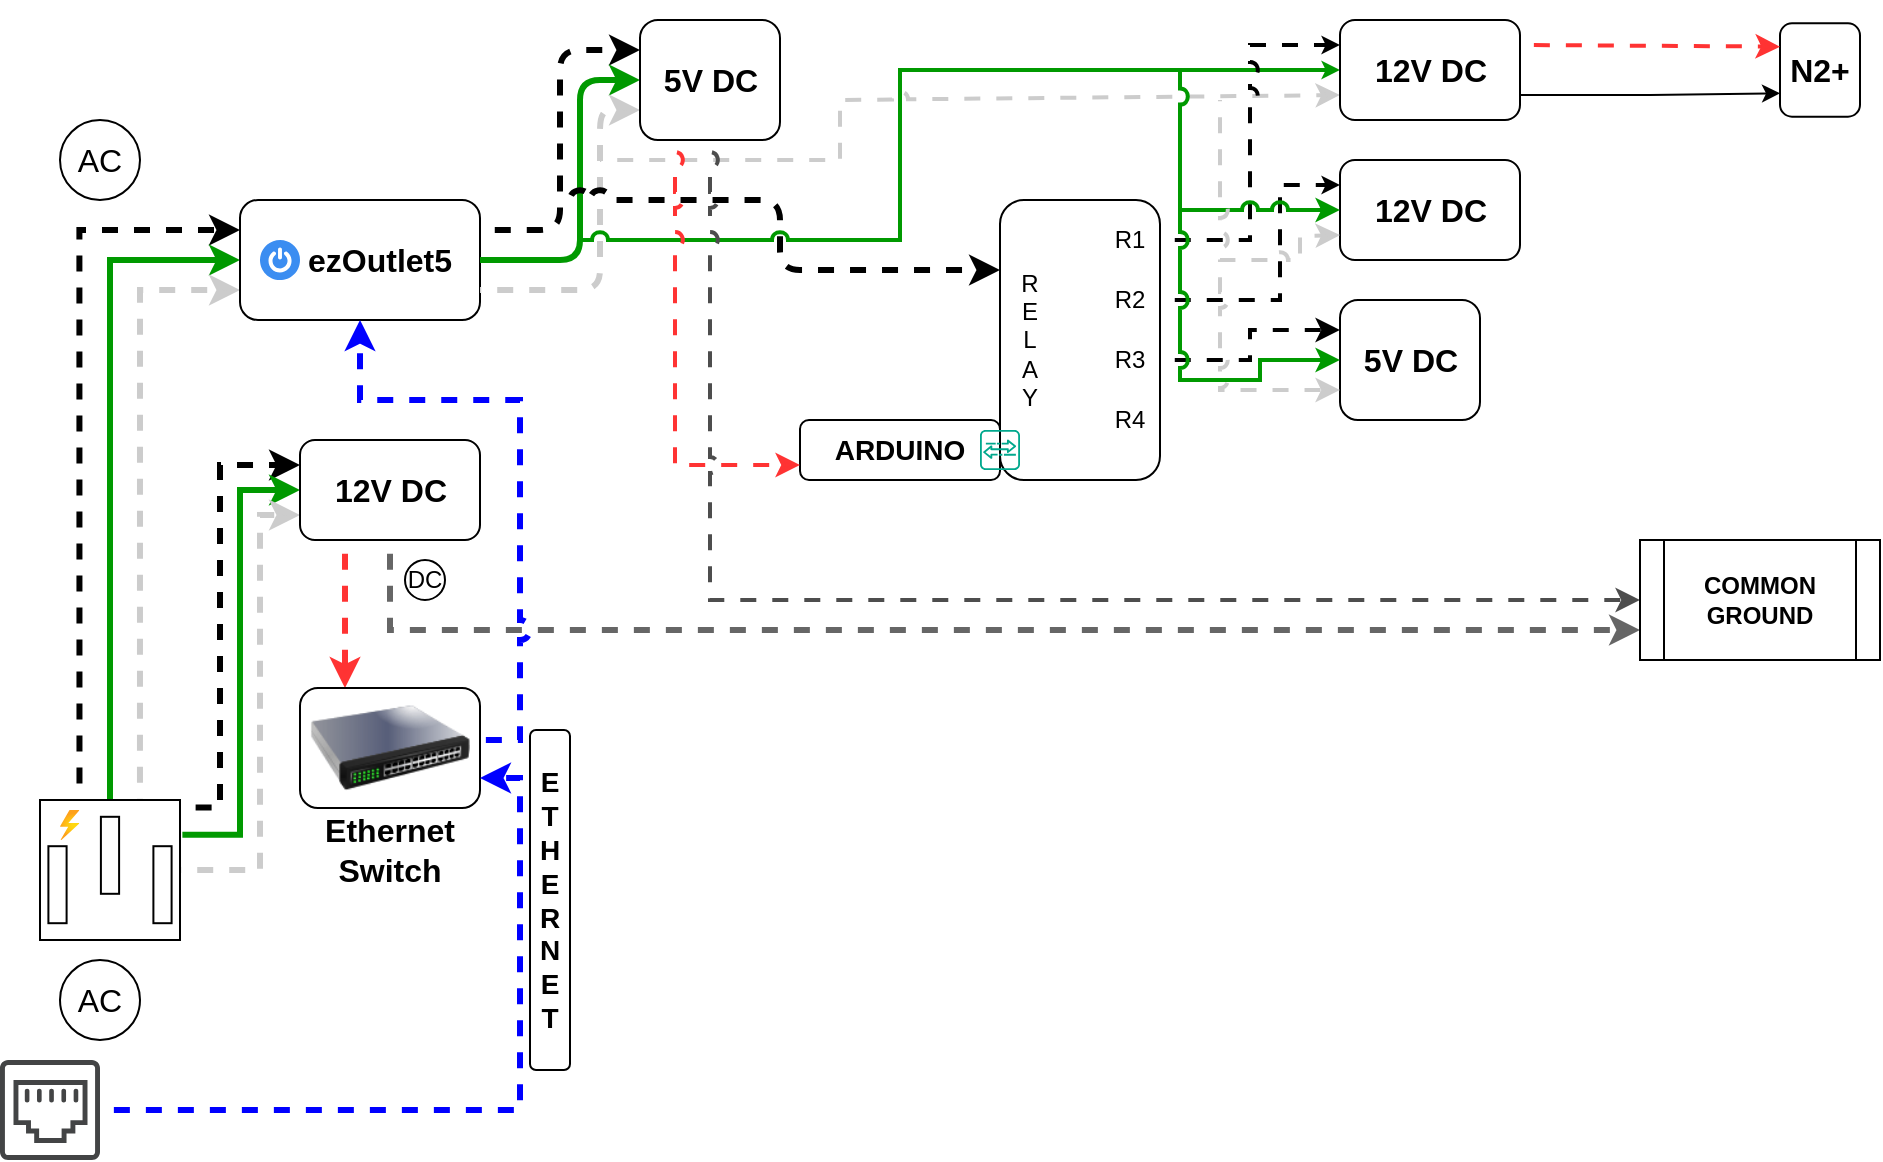
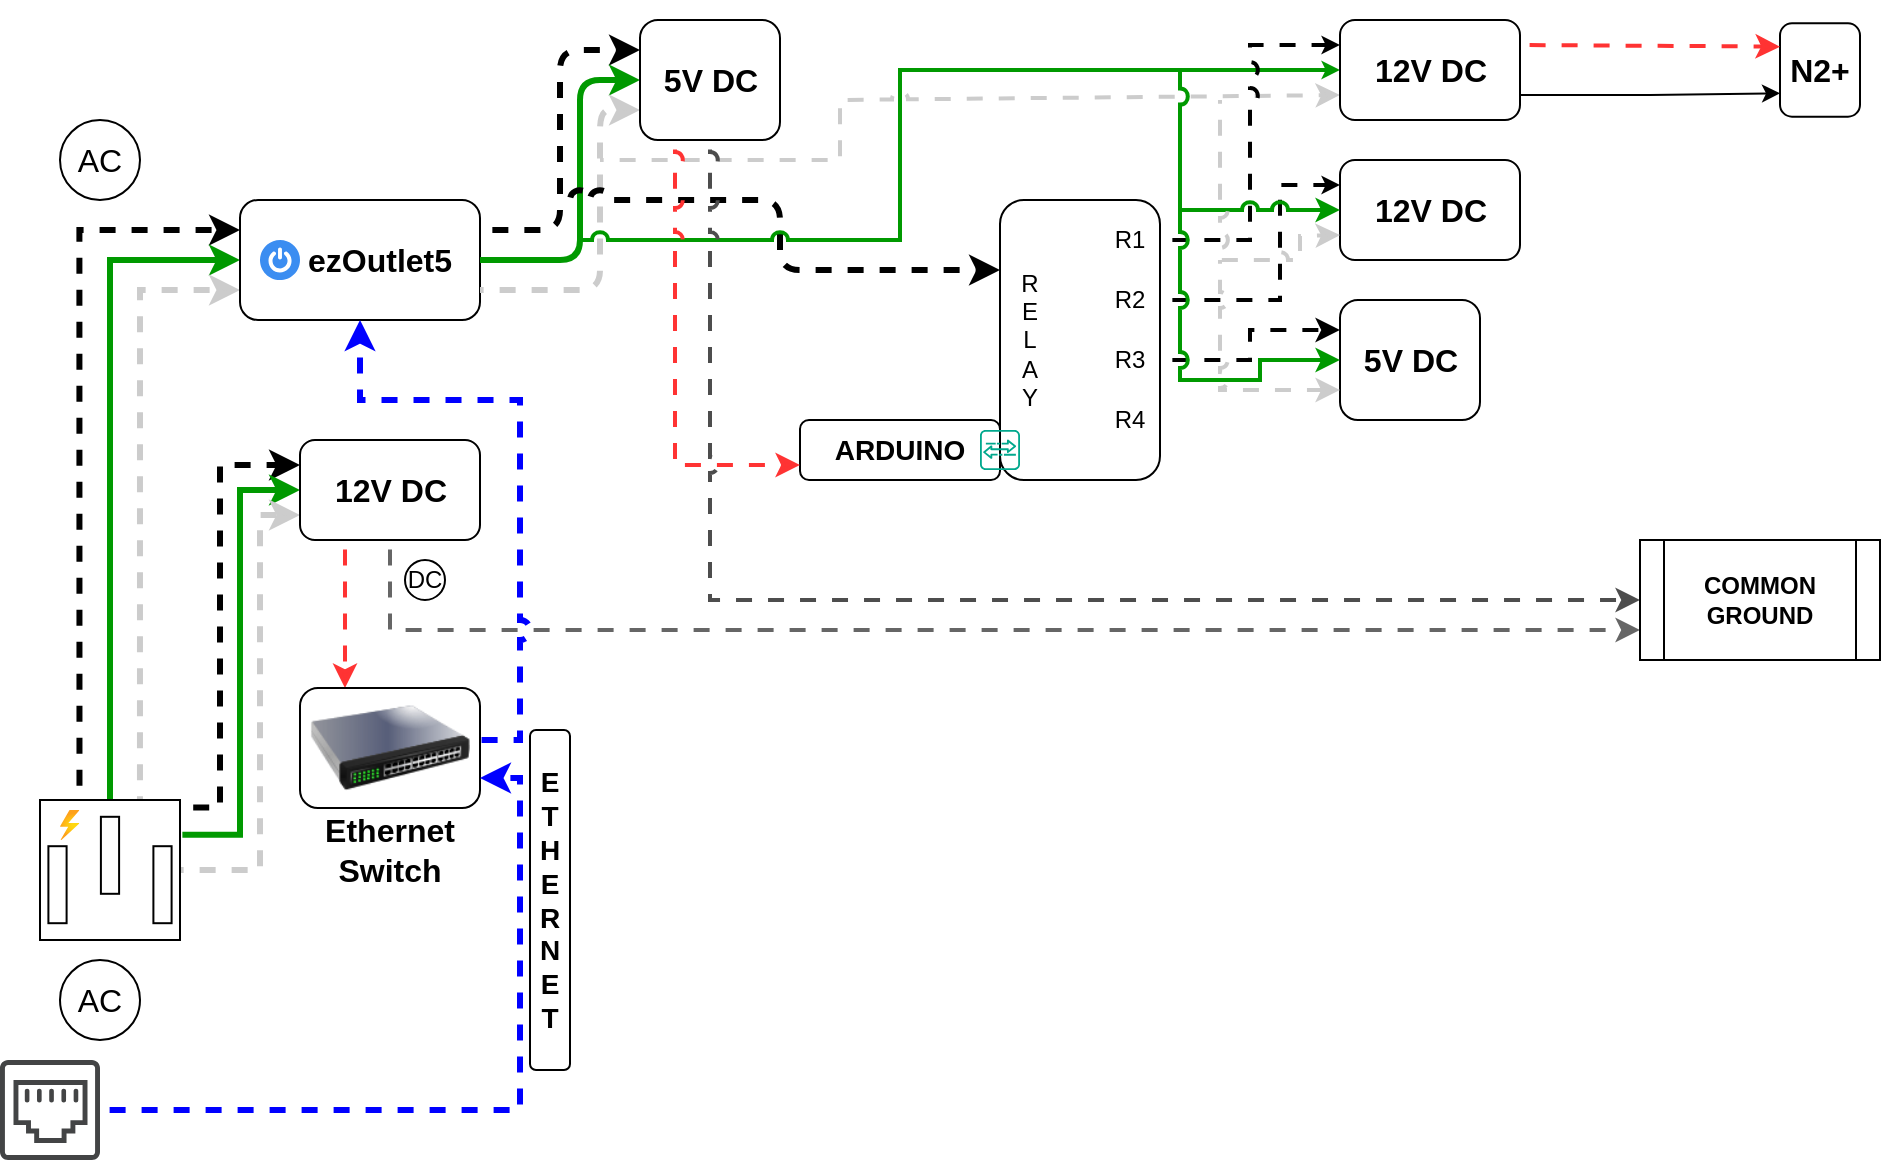
<mxfile host="app.diagrams.net" agent="Mozilla/5.0 (Windows NT 10.0; Win64; x64) AppleWebKit/537.36 (KHTML, like Gecko) Chrome/131.0.0.0 Safari/537.36 Edg/131.0.0.0" version="25.0.3">
  <diagram name="Page-1" id="VlRkN-xOVygPYa-iD9Ir">
    <mxGraphModel dx="724" dy="454" grid="1" gridSize="10" guides="1" tooltips="1" connect="1" arrows="1" fold="1" page="1" pageScale="1" pageWidth="1600" pageHeight="900" background="none" math="0" shadow="0">
      <root>
        <mxCell id="0" />
        <mxCell id="1" parent="0" />
        <mxCell id="JVLtuT8sySUBbFbLTn6r-3" style="edgeStyle=orthogonalEdgeStyle;rounded=0;orthogonalLoop=1;jettySize=auto;html=1;entryX=0;entryY=0.25;entryDx=0;entryDy=0;exitX=0.282;exitY=-0.013;exitDx=0;exitDy=0;exitPerimeter=0;strokeWidth=3;flowAnimation=1;flowAnimationDirection=alternate;flowAnimationTimingFunction=ease-in-out;flowAnimationDuration=1500;jumpStyle=arc;" parent="1" source="pD8juBFKP1GN8B8eYQTb-1" target="pD8juBFKP1GN8B8eYQTb-3" edge="1">
          <mxGeometry relative="1" as="geometry" />
        </mxCell>
        <mxCell id="JVLtuT8sySUBbFbLTn6r-4" style="edgeStyle=orthogonalEdgeStyle;rounded=0;orthogonalLoop=1;jettySize=auto;html=1;exitX=0.5;exitY=0;exitDx=0;exitDy=0;exitPerimeter=0;entryX=0;entryY=0.5;entryDx=0;entryDy=0;strokeColor=#009900;strokeWidth=3;jumpStyle=arc;" parent="1" source="pD8juBFKP1GN8B8eYQTb-1" target="pD8juBFKP1GN8B8eYQTb-3" edge="1">
          <mxGeometry relative="1" as="geometry" />
        </mxCell>
        <mxCell id="JVLtuT8sySUBbFbLTn6r-5" style="edgeStyle=orthogonalEdgeStyle;rounded=0;orthogonalLoop=1;jettySize=auto;html=1;entryX=0;entryY=0.75;entryDx=0;entryDy=0;exitX=0.714;exitY=0;exitDx=0;exitDy=0;exitPerimeter=0;strokeWidth=3;strokeColor=#CCCCCC;flowAnimation=1;flowAnimationDirection=alternate-reverse;flowAnimationTimingFunction=ease-in-out;flowAnimationDuration=1500;jumpStyle=arc;" parent="1" source="pD8juBFKP1GN8B8eYQTb-1" target="pD8juBFKP1GN8B8eYQTb-3" edge="1">
          <mxGeometry relative="1" as="geometry">
            <mxPoint x="120" y="320" as="targetPoint" />
          </mxGeometry>
        </mxCell>
        <mxCell id="JVLtuT8sySUBbFbLTn6r-6" style="edgeStyle=orthogonalEdgeStyle;rounded=0;orthogonalLoop=1;jettySize=auto;html=1;entryX=0;entryY=0.25;entryDx=0;entryDy=0;exitX=1.006;exitY=0.054;exitDx=0;exitDy=0;exitPerimeter=0;strokeWidth=3;flowAnimation=1;flowAnimationDirection=alternate;flowAnimationTimingFunction=ease-in-out;flowAnimationDuration=1500;jumpStyle=arc;" parent="1" source="pD8juBFKP1GN8B8eYQTb-1" target="pD8juBFKP1GN8B8eYQTb-24" edge="1">
          <mxGeometry relative="1" as="geometry">
            <Array as="points">
              <mxPoint x="120" y="404" />
              <mxPoint x="120" y="233" />
            </Array>
          </mxGeometry>
        </mxCell>
        <mxCell id="JVLtuT8sySUBbFbLTn6r-7" style="edgeStyle=orthogonalEdgeStyle;rounded=0;orthogonalLoop=1;jettySize=auto;html=1;entryX=0;entryY=0.5;entryDx=0;entryDy=0;exitX=1.017;exitY=0.249;exitDx=0;exitDy=0;exitPerimeter=0;strokeWidth=3;strokeColor=#009900;jumpStyle=arc;" parent="1" source="pD8juBFKP1GN8B8eYQTb-1" target="pD8juBFKP1GN8B8eYQTb-24" edge="1">
          <mxGeometry relative="1" as="geometry" />
        </mxCell>
        <mxCell id="JVLtuT8sySUBbFbLTn6r-8" style="edgeStyle=orthogonalEdgeStyle;rounded=0;orthogonalLoop=1;jettySize=auto;html=1;entryX=0;entryY=0.75;entryDx=0;entryDy=0;strokeColor=#CCCCCC;strokeWidth=3;flowAnimation=1;flowAnimationDirection=alternate-reverse;flowAnimationTimingFunction=ease-in-out;flowAnimationDuration=1500;jumpStyle=arc;" parent="1" source="pD8juBFKP1GN8B8eYQTb-1" target="pD8juBFKP1GN8B8eYQTb-24" edge="1">
          <mxGeometry relative="1" as="geometry">
            <Array as="points">
              <mxPoint x="140" y="435" />
              <mxPoint x="140" y="258" />
            </Array>
          </mxGeometry>
        </mxCell>
        <mxCell id="JVLtuT8sySUBbFbLTn6r-1" value="" style="group" parent="1" vertex="1" connectable="0">
          <mxGeometry x="30" y="480" width="60" height="40" as="geometry" />
        </mxCell>
        <mxCell id="pD8juBFKP1GN8B8eYQTb-22" value="AC" style="text;html=1;align=center;verticalAlign=middle;whiteSpace=wrap;rounded=0;fontSize=16;" parent="JVLtuT8sySUBbFbLTn6r-1" vertex="1">
          <mxGeometry y="5" width="60" height="30" as="geometry" />
        </mxCell>
        <mxCell id="pD8juBFKP1GN8B8eYQTb-23" value="" style="ellipse;whiteSpace=wrap;html=1;fillColor=none;" parent="JVLtuT8sySUBbFbLTn6r-1" vertex="1">
          <mxGeometry x="10" width="40" height="40" as="geometry" />
        </mxCell>
        <mxCell id="JVLtuT8sySUBbFbLTn6r-2" value="" style="group" parent="1" vertex="1" connectable="0">
          <mxGeometry x="30" y="60" width="60" height="40" as="geometry" />
        </mxCell>
        <mxCell id="pD8juBFKP1GN8B8eYQTb-9" value="" style="ellipse;whiteSpace=wrap;html=1;fillColor=none;" parent="JVLtuT8sySUBbFbLTn6r-2" vertex="1">
          <mxGeometry x="10" width="40" height="40" as="geometry" />
        </mxCell>
        <mxCell id="pD8juBFKP1GN8B8eYQTb-11" value="AC" style="text;html=1;align=center;verticalAlign=middle;whiteSpace=wrap;rounded=0;fontSize=16;" parent="JVLtuT8sySUBbFbLTn6r-2" vertex="1">
          <mxGeometry y="5" width="60" height="30" as="geometry" />
        </mxCell>
        <mxCell id="JVLtuT8sySUBbFbLTn6r-9" value="" style="group" parent="1" vertex="1" connectable="0">
          <mxGeometry x="130" y="100" width="120" height="60" as="geometry" />
        </mxCell>
        <mxCell id="JVLtuT8sySUBbFbLTn6r-16" value="" style="group" parent="JVLtuT8sySUBbFbLTn6r-9" vertex="1" connectable="0">
          <mxGeometry width="120" height="60" as="geometry" />
        </mxCell>
        <mxCell id="pD8juBFKP1GN8B8eYQTb-3" value="" style="rounded=1;whiteSpace=wrap;html=1;" parent="JVLtuT8sySUBbFbLTn6r-16" vertex="1">
          <mxGeometry width="120" height="60" as="geometry" />
        </mxCell>
        <mxCell id="JVLtuT8sySUBbFbLTn6r-13" value="" style="sketch=0;html=1;aspect=fixed;strokeColor=none;shadow=0;fillColor=#3B8DF1;verticalAlign=top;labelPosition=center;verticalLabelPosition=bottom;shape=mxgraph.gcp2.a7_power" parent="JVLtuT8sySUBbFbLTn6r-16" vertex="1">
          <mxGeometry x="10" y="20" width="20" height="20" as="geometry" />
        </mxCell>
        <mxCell id="pD8juBFKP1GN8B8eYQTb-15" value="&lt;b&gt;ezOutlet5&lt;/b&gt;" style="text;html=1;align=center;verticalAlign=middle;whiteSpace=wrap;rounded=0;fontSize=16;" parent="JVLtuT8sySUBbFbLTn6r-16" vertex="1">
          <mxGeometry x="40" y="10" width="60" height="40" as="geometry" />
        </mxCell>
        <mxCell id="JVLtuT8sySUBbFbLTn6r-11" value="" style="group" parent="1" vertex="1" connectable="0">
          <mxGeometry x="160" y="220" width="90" height="50" as="geometry" />
        </mxCell>
        <mxCell id="JVLtuT8sySUBbFbLTn6r-72" value="" style="group" parent="JVLtuT8sySUBbFbLTn6r-11" vertex="1" connectable="0">
          <mxGeometry width="90" height="50" as="geometry" />
        </mxCell>
        <mxCell id="pD8juBFKP1GN8B8eYQTb-24" value="" style="rounded=1;whiteSpace=wrap;html=1;" parent="JVLtuT8sySUBbFbLTn6r-72" vertex="1">
          <mxGeometry width="90" height="50" as="geometry" />
        </mxCell>
        <mxCell id="JVLtuT8sySUBbFbLTn6r-10" value="&lt;font style=&quot;font-size: 16px;&quot;&gt;&lt;b&gt;12V DC&lt;/b&gt;&lt;/font&gt;" style="text;html=1;align=center;verticalAlign=middle;whiteSpace=wrap;rounded=0;" parent="JVLtuT8sySUBbFbLTn6r-72" vertex="1">
          <mxGeometry x="15.75" y="10" width="58.5" height="30" as="geometry" />
        </mxCell>
        <mxCell id="JVLtuT8sySUBbFbLTn6r-18" value="" style="group" parent="1" vertex="1" connectable="0">
          <mxGeometry x="30" y="400" width="70" height="70" as="geometry" />
        </mxCell>
        <mxCell id="pD8juBFKP1GN8B8eYQTb-1" value="" style="pointerEvents=1;verticalLabelPosition=bottom;shadow=0;dashed=0;align=center;html=1;verticalAlign=top;shape=mxgraph.electrical.miscellaneous.ac_out" parent="JVLtuT8sySUBbFbLTn6r-18" vertex="1">
          <mxGeometry width="70" height="70" as="geometry" />
        </mxCell>
        <mxCell id="JVLtuT8sySUBbFbLTn6r-12" value="" style="image;aspect=fixed;html=1;points=[];align=center;fontSize=12;image=img/lib/azure2/general/Power.svg;" parent="JVLtuT8sySUBbFbLTn6r-18" vertex="1">
          <mxGeometry x="10" y="5" width="9.72" height="15" as="geometry" />
        </mxCell>
-         <mxCell id="JVLtuT8sySUBbFbLTn6r-23" style="edgeStyle=orthogonalEdgeStyle;rounded=0;orthogonalLoop=1;jettySize=auto;html=1;entryX=0.25;entryY=0;entryDx=0;entryDy=0;exitX=0.25;exitY=1;exitDx=0;exitDy=0;strokeColor=#FF3333;strokeWidth=3;flowAnimation=1;jumpStyle=arc;" parent="1" source="pD8juBFKP1GN8B8eYQTb-24" target="JVLtuT8sySUBbFbLTn6r-19" edge="1">
+         <mxCell id="JVLtuT8sySUBbFbLTn6r-23" style="edgeStyle=orthogonalEdgeStyle;rounded=0;orthogonalLoop=1;jettySize=auto;html=1;entryX=0.25;entryY=0;entryDx=0;entryDy=0;exitX=0.25;exitY=1;exitDx=0;exitDy=0;strokeColor=#FF3333;strokeWidth=2;flowAnimation=1;jumpStyle=arc;" parent="1" source="pD8juBFKP1GN8B8eYQTb-24" target="JVLtuT8sySUBbFbLTn6r-19" edge="1">
          <mxGeometry relative="1" as="geometry" />
        </mxCell>
        <mxCell id="JVLtuT8sySUBbFbLTn6r-28" value="" style="group" parent="1" vertex="1" connectable="0">
          <mxGeometry x="210" y="280" width="25" height="20" as="geometry" />
        </mxCell>
        <mxCell id="JVLtuT8sySUBbFbLTn6r-26" value="" style="ellipse;whiteSpace=wrap;html=1;aspect=fixed;" parent="JVLtuT8sySUBbFbLTn6r-28" vertex="1">
          <mxGeometry x="2.5" width="20" height="20" as="geometry" />
        </mxCell>
        <mxCell id="JVLtuT8sySUBbFbLTn6r-27" value="&lt;font&gt;DC&lt;/font&gt;" style="text;html=1;align=center;verticalAlign=middle;whiteSpace=wrap;rounded=0;" parent="JVLtuT8sySUBbFbLTn6r-28" vertex="1">
          <mxGeometry y="2.5" width="25" height="15" as="geometry" />
        </mxCell>
-         <mxCell id="JVLtuT8sySUBbFbLTn6r-29" style="edgeStyle=orthogonalEdgeStyle;rounded=0;orthogonalLoop=1;jettySize=auto;html=1;exitX=0.5;exitY=1;exitDx=0;exitDy=0;strokeWidth=3;flowAnimation=1;strokeColor=#666666;jumpStyle=arc;entryX=0;entryY=0.75;entryDx=0;entryDy=0;" parent="1" source="pD8juBFKP1GN8B8eYQTb-24" target="0aRQkGjj-KWWZOeJOGup-9" edge="1">
+         <mxCell id="JVLtuT8sySUBbFbLTn6r-29" style="edgeStyle=orthogonalEdgeStyle;rounded=0;orthogonalLoop=1;jettySize=auto;html=1;exitX=0.5;exitY=1;exitDx=0;exitDy=0;strokeWidth=2;flowAnimation=1;strokeColor=#666666;jumpStyle=arc;entryX=0;entryY=0.75;entryDx=0;entryDy=0;" parent="1" source="pD8juBFKP1GN8B8eYQTb-24" target="0aRQkGjj-KWWZOeJOGup-9" edge="1">
          <mxGeometry relative="1" as="geometry">
            <mxPoint x="810" y="370" as="targetPoint" />
          </mxGeometry>
        </mxCell>
        <mxCell id="JVLtuT8sySUBbFbLTn6r-30" style="edgeStyle=orthogonalEdgeStyle;rounded=0;orthogonalLoop=1;jettySize=auto;html=1;exitX=1;exitY=0.5;exitDx=0;exitDy=0;entryX=0.5;entryY=1;entryDx=0;entryDy=0;strokeColor=#0000FF;strokeWidth=3;flowAnimation=1;jumpStyle=arc;" parent="1" source="JVLtuT8sySUBbFbLTn6r-19" target="pD8juBFKP1GN8B8eYQTb-3" edge="1">
          <mxGeometry relative="1" as="geometry">
            <Array as="points">
              <mxPoint x="270" y="370" />
              <mxPoint x="270" y="200" />
              <mxPoint x="190" y="200" />
            </Array>
          </mxGeometry>
        </mxCell>
        <mxCell id="JVLtuT8sySUBbFbLTn6r-33" value="" style="rounded=1;whiteSpace=wrap;html=1;" parent="1" vertex="1">
          <mxGeometry x="510" y="100" width="80" height="140" as="geometry" />
        </mxCell>
        <mxCell id="JVLtuT8sySUBbFbLTn6r-35" style="edgeStyle=orthogonalEdgeStyle;rounded=1;orthogonalLoop=1;jettySize=auto;html=1;exitX=1;exitY=0.25;exitDx=0;exitDy=0;entryX=0;entryY=0.25;entryDx=0;entryDy=0;curved=0;strokeWidth=3;flowAnimation=1;flowAnimationDirection=alternate;flowAnimationTimingFunction=ease-in-out;flowAnimationDuration=1500;jumpStyle=arc;" parent="1" source="pD8juBFKP1GN8B8eYQTb-3" target="JVLtuT8sySUBbFbLTn6r-34" edge="1">
          <mxGeometry relative="1" as="geometry" />
        </mxCell>
        <mxCell id="JVLtuT8sySUBbFbLTn6r-36" style="edgeStyle=orthogonalEdgeStyle;rounded=1;orthogonalLoop=1;jettySize=auto;html=1;exitX=1;exitY=0.5;exitDx=0;exitDy=0;entryX=0;entryY=0.5;entryDx=0;entryDy=0;curved=0;strokeWidth=3;strokeColor=#009900;jumpStyle=arc;" parent="1" source="pD8juBFKP1GN8B8eYQTb-3" target="JVLtuT8sySUBbFbLTn6r-34" edge="1">
          <mxGeometry relative="1" as="geometry">
            <Array as="points">
              <mxPoint x="300" y="130" />
              <mxPoint x="300" y="40" />
            </Array>
          </mxGeometry>
        </mxCell>
        <mxCell id="JVLtuT8sySUBbFbLTn6r-37" style="edgeStyle=orthogonalEdgeStyle;rounded=1;orthogonalLoop=1;jettySize=auto;html=1;exitX=1;exitY=0.75;exitDx=0;exitDy=0;entryX=0;entryY=0.75;entryDx=0;entryDy=0;curved=0;strokeColor=#CCCCCC;strokeWidth=3;flowAnimation=1;flowAnimationDirection=alternate-reverse;flowAnimationTimingFunction=ease-in-out;flowAnimationDuration=1500;jumpStyle=arc;" parent="1" source="pD8juBFKP1GN8B8eYQTb-3" target="JVLtuT8sySUBbFbLTn6r-34" edge="1">
          <mxGeometry relative="1" as="geometry">
            <Array as="points">
              <mxPoint x="310" y="145" />
              <mxPoint x="310" y="55" />
            </Array>
          </mxGeometry>
        </mxCell>
        <mxCell id="JVLtuT8sySUBbFbLTn6r-40" value="" style="endArrow=classic;html=1;rounded=1;curved=0;entryX=0;entryY=0.25;entryDx=0;entryDy=0;jumpStyle=arc;strokeWidth=3;flowAnimation=1;flowAnimationDirection=alternate;flowAnimationTimingFunction=ease-in-out;flowAnimationDuration=1500;" parent="1" target="JVLtuT8sySUBbFbLTn6r-33" edge="1">
          <mxGeometry width="50" height="50" relative="1" as="geometry">
            <mxPoint x="290" y="100" as="sourcePoint" />
            <mxPoint x="410" y="170" as="targetPoint" />
            <Array as="points">
              <mxPoint x="400" y="100" />
              <mxPoint x="400" y="135" />
            </Array>
          </mxGeometry>
        </mxCell>
        <mxCell id="JVLtuT8sySUBbFbLTn6r-51" value="" style="group" parent="1" vertex="1" connectable="0">
          <mxGeometry x="160" y="344" width="90" height="96" as="geometry" />
        </mxCell>
        <mxCell id="JVLtuT8sySUBbFbLTn6r-21" value="" style="group" parent="JVLtuT8sySUBbFbLTn6r-51" vertex="1" connectable="0">
          <mxGeometry width="90" height="70" as="geometry" />
        </mxCell>
        <mxCell id="JVLtuT8sySUBbFbLTn6r-50" value="" style="group" parent="JVLtuT8sySUBbFbLTn6r-21" vertex="1" connectable="0">
          <mxGeometry width="90" height="70" as="geometry" />
        </mxCell>
        <mxCell id="JVLtuT8sySUBbFbLTn6r-19" value="" style="rounded=1;whiteSpace=wrap;html=1;" parent="JVLtuT8sySUBbFbLTn6r-50" vertex="1">
          <mxGeometry width="90" height="60" as="geometry" />
        </mxCell>
        <mxCell id="JVLtuT8sySUBbFbLTn6r-49" value="" style="image;html=1;image=img/lib/clip_art/networking/Switch_128x128.png" parent="JVLtuT8sySUBbFbLTn6r-50" vertex="1">
          <mxGeometry x="5" y="-10" width="80" height="80" as="geometry" />
        </mxCell>
        <mxCell id="JVLtuT8sySUBbFbLTn6r-20" value="&lt;b&gt;&lt;font style=&quot;font-size: 16px;&quot;&gt;Ethernet&lt;/font&gt;&lt;/b&gt;&lt;div&gt;&lt;b&gt;&lt;font style=&quot;font-size: 16px;&quot;&gt;Switch&lt;/font&gt;&lt;/b&gt;&lt;/div&gt;" style="text;html=1;align=center;verticalAlign=middle;whiteSpace=wrap;rounded=0;" parent="JVLtuT8sySUBbFbLTn6r-51" vertex="1">
          <mxGeometry x="15" y="66" width="60" height="30" as="geometry" />
        </mxCell>
        <mxCell id="JVLtuT8sySUBbFbLTn6r-53" value="" style="group" parent="1" vertex="1" connectable="0">
          <mxGeometry x="330" y="10" width="70" height="60" as="geometry" />
        </mxCell>
        <mxCell id="JVLtuT8sySUBbFbLTn6r-71" value="" style="group" parent="JVLtuT8sySUBbFbLTn6r-53" vertex="1" connectable="0">
          <mxGeometry width="70" height="60" as="geometry" />
        </mxCell>
        <mxCell id="JVLtuT8sySUBbFbLTn6r-34" value="" style="rounded=1;whiteSpace=wrap;html=1;" parent="JVLtuT8sySUBbFbLTn6r-71" vertex="1">
          <mxGeometry width="70" height="60" as="geometry" />
        </mxCell>
        <mxCell id="JVLtuT8sySUBbFbLTn6r-52" value="&lt;font style=&quot;font-size: 16px;&quot;&gt;&lt;b&gt;5&lt;/b&gt;&lt;/font&gt;&lt;b style=&quot;font-size: 16px; background-color: initial;&quot;&gt;V DC&lt;/b&gt;" style="text;html=1;align=center;verticalAlign=middle;whiteSpace=wrap;rounded=0;" parent="JVLtuT8sySUBbFbLTn6r-71" vertex="1">
          <mxGeometry x="5.75" y="15" width="58.5" height="30" as="geometry" />
        </mxCell>
        <mxCell id="JVLtuT8sySUBbFbLTn6r-54" value="" style="endArrow=classic;html=1;rounded=0;entryX=0;entryY=0.5;entryDx=0;entryDy=0;jumpStyle=arc;strokeColor=#009900;strokeWidth=2;endSize=3;" parent="1" target="JVLtuT8sySUBbFbLTn6r-74" edge="1">
          <mxGeometry width="50" height="50" relative="1" as="geometry">
            <mxPoint x="300" y="120" as="sourcePoint" />
            <mxPoint x="350" y="80" as="targetPoint" />
            <Array as="points">
              <mxPoint x="460" y="120" />
              <mxPoint x="460" y="35" />
            </Array>
          </mxGeometry>
        </mxCell>
        <mxCell id="JVLtuT8sySUBbFbLTn6r-55" value="" style="endArrow=classic;html=1;rounded=0;entryX=0;entryY=0.75;entryDx=0;entryDy=0;strokeColor=#CCCCCC;strokeWidth=2;jumpStyle=arc;flowAnimation=1;flowAnimationDirection=alternate-reverse;flowAnimationTimingFunction=ease-in-out;flowAnimationDuration=1500;" parent="1" target="JVLtuT8sySUBbFbLTn6r-74" edge="1">
          <mxGeometry width="50" height="50" relative="1" as="geometry">
            <mxPoint x="310" y="80" as="sourcePoint" />
            <mxPoint x="350" y="140" as="targetPoint" />
            <Array as="points">
              <mxPoint x="430" y="80" />
              <mxPoint x="430" y="50" />
              <mxPoint x="520" y="50" />
            </Array>
          </mxGeometry>
        </mxCell>
        <mxCell id="JVLtuT8sySUBbFbLTn6r-56" value="R&lt;div&gt;E&lt;/div&gt;&lt;div&gt;L&lt;/div&gt;&lt;div&gt;A&lt;/div&gt;&lt;div&gt;Y&lt;/div&gt;" style="text;html=1;align=center;verticalAlign=middle;whiteSpace=wrap;rounded=0;" parent="1" vertex="1">
          <mxGeometry x="510" y="135" width="30" height="70" as="geometry" />
        </mxCell>
        <mxCell id="JVLtuT8sySUBbFbLTn6r-79" style="edgeStyle=orthogonalEdgeStyle;rounded=0;orthogonalLoop=1;jettySize=auto;html=1;exitX=1;exitY=0.5;exitDx=0;exitDy=0;entryX=0;entryY=0.25;entryDx=0;entryDy=0;strokeWidth=2;flowAnimation=1;flowAnimationDirection=alternate;flowAnimationTimingFunction=ease-in-out;flowAnimationDuration=1500;jumpStyle=arc;endSize=3;" parent="1" source="JVLtuT8sySUBbFbLTn6r-57" target="JVLtuT8sySUBbFbLTn6r-74" edge="1">
          <mxGeometry relative="1" as="geometry" />
        </mxCell>
        <mxCell id="JVLtuT8sySUBbFbLTn6r-57" value="R1" style="text;html=1;align=center;verticalAlign=middle;whiteSpace=wrap;rounded=0;" parent="1" vertex="1">
          <mxGeometry x="560" y="105" width="30" height="30" as="geometry" />
        </mxCell>
        <mxCell id="JVLtuT8sySUBbFbLTn6r-80" style="edgeStyle=orthogonalEdgeStyle;rounded=0;orthogonalLoop=1;jettySize=auto;html=1;exitX=1;exitY=0.5;exitDx=0;exitDy=0;entryX=0;entryY=0.25;entryDx=0;entryDy=0;strokeWidth=2;flowAnimation=1;flowAnimationDirection=alternate;flowAnimationTimingFunction=ease-in-out;flowAnimationDuration=1500;endSize=3;jumpStyle=arc;" parent="1" source="JVLtuT8sySUBbFbLTn6r-58" target="JVLtuT8sySUBbFbLTn6r-77" edge="1">
          <mxGeometry relative="1" as="geometry">
            <Array as="points">
              <mxPoint x="650" y="150" />
              <mxPoint x="650" y="93" />
            </Array>
          </mxGeometry>
        </mxCell>
        <mxCell id="JVLtuT8sySUBbFbLTn6r-58" value="R2" style="text;html=1;align=center;verticalAlign=middle;whiteSpace=wrap;rounded=0;" parent="1" vertex="1">
          <mxGeometry x="560" y="135" width="30" height="30" as="geometry" />
        </mxCell>
        <mxCell id="JVLtuT8sySUBbFbLTn6r-81" style="edgeStyle=orthogonalEdgeStyle;rounded=0;orthogonalLoop=1;jettySize=auto;html=1;exitX=1;exitY=0.5;exitDx=0;exitDy=0;entryX=0;entryY=0.25;entryDx=0;entryDy=0;strokeWidth=2;flowAnimation=1;flowAnimationDirection=alternate;flowAnimationTimingFunction=ease-in-out;flowAnimationDuration=1500;jumpStyle=arc;" parent="1" source="JVLtuT8sySUBbFbLTn6r-59" target="JVLtuT8sySUBbFbLTn6r-63" edge="1">
          <mxGeometry relative="1" as="geometry" />
        </mxCell>
        <mxCell id="JVLtuT8sySUBbFbLTn6r-59" value="R3" style="text;html=1;align=center;verticalAlign=middle;whiteSpace=wrap;rounded=0;" parent="1" vertex="1">
          <mxGeometry x="560" y="165" width="30" height="30" as="geometry" />
        </mxCell>
        <mxCell id="JVLtuT8sySUBbFbLTn6r-60" value="R4" style="text;html=1;align=center;verticalAlign=middle;whiteSpace=wrap;rounded=0;" parent="1" vertex="1">
          <mxGeometry x="560" y="195" width="30" height="30" as="geometry" />
        </mxCell>
        <mxCell id="JVLtuT8sySUBbFbLTn6r-67" value="" style="group" parent="1" vertex="1" connectable="0">
          <mxGeometry x="680" y="150" width="70" height="60" as="geometry" />
        </mxCell>
        <mxCell id="JVLtuT8sySUBbFbLTn6r-63" value="" style="rounded=1;whiteSpace=wrap;html=1;" parent="JVLtuT8sySUBbFbLTn6r-67" vertex="1">
          <mxGeometry width="70" height="60" as="geometry" />
        </mxCell>
        <mxCell id="JVLtuT8sySUBbFbLTn6r-62" value="" style="group" parent="JVLtuT8sySUBbFbLTn6r-67" vertex="1" connectable="0">
          <mxGeometry width="70" height="60" as="geometry" />
        </mxCell>
        <mxCell id="JVLtuT8sySUBbFbLTn6r-64" value="&lt;font style=&quot;font-size: 16px;&quot;&gt;&lt;b&gt;5&lt;/b&gt;&lt;/font&gt;&lt;b style=&quot;font-size: 16px; background-color: initial;&quot;&gt;V DC&lt;/b&gt;" style="text;html=1;align=center;verticalAlign=middle;whiteSpace=wrap;rounded=0;" parent="JVLtuT8sySUBbFbLTn6r-62" vertex="1">
          <mxGeometry x="5.75" y="15" width="58.5" height="30" as="geometry" />
        </mxCell>
        <mxCell id="JVLtuT8sySUBbFbLTn6r-73" value="" style="group" parent="1" vertex="1" connectable="0">
          <mxGeometry x="680" y="10" width="90" height="50" as="geometry" />
        </mxCell>
        <mxCell id="JVLtuT8sySUBbFbLTn6r-74" value="" style="rounded=1;whiteSpace=wrap;html=1;" parent="JVLtuT8sySUBbFbLTn6r-73" vertex="1">
          <mxGeometry width="90" height="50" as="geometry" />
        </mxCell>
        <mxCell id="JVLtuT8sySUBbFbLTn6r-75" value="&lt;font style=&quot;font-size: 16px;&quot;&gt;&lt;b&gt;12V DC&lt;/b&gt;&lt;/font&gt;" style="text;html=1;align=center;verticalAlign=middle;whiteSpace=wrap;rounded=0;" parent="JVLtuT8sySUBbFbLTn6r-73" vertex="1">
          <mxGeometry x="15.75" y="10" width="58.5" height="30" as="geometry" />
        </mxCell>
        <mxCell id="JVLtuT8sySUBbFbLTn6r-76" value="" style="group" parent="1" vertex="1" connectable="0">
          <mxGeometry x="680" y="80" width="90" height="50" as="geometry" />
        </mxCell>
        <mxCell id="JVLtuT8sySUBbFbLTn6r-77" value="" style="rounded=1;whiteSpace=wrap;html=1;" parent="JVLtuT8sySUBbFbLTn6r-76" vertex="1">
          <mxGeometry width="90" height="50" as="geometry" />
        </mxCell>
        <mxCell id="JVLtuT8sySUBbFbLTn6r-78" value="&lt;font style=&quot;font-size: 16px;&quot;&gt;&lt;b&gt;12V DC&lt;/b&gt;&lt;/font&gt;" style="text;html=1;align=center;verticalAlign=middle;whiteSpace=wrap;rounded=0;" parent="JVLtuT8sySUBbFbLTn6r-76" vertex="1">
          <mxGeometry x="15.75" y="10" width="58.5" height="30" as="geometry" />
        </mxCell>
        <mxCell id="JVLtuT8sySUBbFbLTn6r-82" value="" style="endArrow=classic;html=1;rounded=0;entryX=0;entryY=0.5;entryDx=0;entryDy=0;jumpStyle=arc;strokeColor=#009900;strokeWidth=2;" parent="1" target="JVLtuT8sySUBbFbLTn6r-77" edge="1">
          <mxGeometry width="50" height="50" relative="1" as="geometry">
            <mxPoint x="600" y="35" as="sourcePoint" />
            <mxPoint x="660" y="105" as="targetPoint" />
            <Array as="points">
              <mxPoint x="600" y="105" />
            </Array>
          </mxGeometry>
        </mxCell>
        <mxCell id="JVLtuT8sySUBbFbLTn6r-83" value="" style="endArrow=classic;html=1;rounded=0;entryX=0;entryY=0.75;entryDx=0;entryDy=0;strokeWidth=2;strokeColor=#CCCCCC;flowAnimation=1;flowAnimationTimingFunction=ease-in-out;flowAnimationDirection=alternate-reverse;jumpStyle=arc;flowAnimationDuration=1500;" parent="1" target="JVLtuT8sySUBbFbLTn6r-77" edge="1">
          <mxGeometry width="50" height="50" relative="1" as="geometry">
            <mxPoint x="620" y="50" as="sourcePoint" />
            <mxPoint x="480" y="40" as="targetPoint" />
            <Array as="points">
              <mxPoint x="620" y="130" />
              <mxPoint x="660" y="130" />
              <mxPoint x="660" y="118" />
            </Array>
          </mxGeometry>
        </mxCell>
        <mxCell id="JVLtuT8sySUBbFbLTn6r-88" value="" style="endArrow=classic;html=1;rounded=0;entryX=0;entryY=0.5;entryDx=0;entryDy=0;strokeColor=#009900;strokeWidth=2;jumpStyle=arc;" parent="1" target="JVLtuT8sySUBbFbLTn6r-63" edge="1">
          <mxGeometry width="50" height="50" relative="1" as="geometry">
            <mxPoint x="600" y="100" as="sourcePoint" />
            <mxPoint x="600" y="140" as="targetPoint" />
            <Array as="points">
              <mxPoint x="600" y="190" />
              <mxPoint x="640" y="190" />
              <mxPoint x="640" y="180" />
            </Array>
          </mxGeometry>
        </mxCell>
        <mxCell id="JVLtuT8sySUBbFbLTn6r-89" value="" style="endArrow=classic;html=1;rounded=0;entryX=0;entryY=0.75;entryDx=0;entryDy=0;strokeWidth=2;strokeColor=#CCCCCC;flowAnimation=1;jumpStyle=arc;flowAnimationTimingFunction=ease-in-out;flowAnimationDirection=alternate-reverse;flowAnimationDuration=1500;" parent="1" target="JVLtuT8sySUBbFbLTn6r-63" edge="1">
          <mxGeometry width="50" height="50" relative="1" as="geometry">
            <mxPoint x="620" y="130" as="sourcePoint" />
            <mxPoint x="600" y="100" as="targetPoint" />
            <Array as="points">
              <mxPoint x="620" y="195" />
            </Array>
          </mxGeometry>
        </mxCell>
        <mxCell id="JVLtuT8sySUBbFbLTn6r-90" value="&lt;b&gt;&lt;font style=&quot;font-size: 14px;&quot;&gt;ARDUINO&lt;/font&gt;&lt;/b&gt;" style="rounded=1;whiteSpace=wrap;html=1;" parent="1" vertex="1">
          <mxGeometry x="410" y="210" width="100" height="30" as="geometry" />
        </mxCell>
        <mxCell id="JVLtuT8sySUBbFbLTn6r-91" style="edgeStyle=orthogonalEdgeStyle;rounded=0;orthogonalLoop=1;jettySize=auto;html=1;exitX=0.25;exitY=1;exitDx=0;exitDy=0;entryX=0;entryY=0.75;entryDx=0;entryDy=0;strokeWidth=2;flowAnimation=1;strokeColor=#FF3333;jumpStyle=arc;" parent="1" source="JVLtuT8sySUBbFbLTn6r-34" target="JVLtuT8sySUBbFbLTn6r-90" edge="1">
          <mxGeometry relative="1" as="geometry" />
        </mxCell>
        <mxCell id="JVLtuT8sySUBbFbLTn6r-92" style="edgeStyle=orthogonalEdgeStyle;rounded=0;orthogonalLoop=1;jettySize=auto;html=1;exitX=0.5;exitY=1;exitDx=0;exitDy=0;entryX=0;entryY=0.5;entryDx=0;entryDy=0;strokeWidth=2;flowAnimation=1;strokeColor=#4D4D4D;jumpStyle=arc;" parent="1" source="JVLtuT8sySUBbFbLTn6r-34" target="0aRQkGjj-KWWZOeJOGup-9" edge="1">
          <mxGeometry relative="1" as="geometry" />
        </mxCell>
        <mxCell id="JVLtuT8sySUBbFbLTn6r-93" value="" style="sketch=0;outlineConnect=0;fontColor=#232F3E;gradientColor=none;fillColor=#01A88D;strokeColor=none;dashed=0;verticalLabelPosition=bottom;verticalAlign=top;align=center;html=1;fontSize=12;fontStyle=0;aspect=fixed;shape=mxgraph.aws4.agent2;" parent="1" vertex="1">
          <mxGeometry x="500" y="215" width="20" height="20" as="geometry" />
        </mxCell>
        <mxCell id="0aRQkGjj-KWWZOeJOGup-1" value="" style="endArrow=classic;html=1;rounded=0;entryX=1;entryY=0.75;entryDx=0;entryDy=0;strokeWidth=3;strokeColor=#0000FF;flowAnimation=1;jumpStyle=arc;" edge="1" parent="1" source="0aRQkGjj-KWWZOeJOGup-3" target="JVLtuT8sySUBbFbLTn6r-19">
          <mxGeometry width="50" height="50" relative="1" as="geometry">
            <mxPoint x="40" y="560" as="sourcePoint" />
            <mxPoint x="560" y="420" as="targetPoint" />
            <Array as="points">
              <mxPoint x="270" y="555" />
              <mxPoint x="270" y="389" />
            </Array>
          </mxGeometry>
        </mxCell>
        <mxCell id="0aRQkGjj-KWWZOeJOGup-2" value="" style="group" vertex="1" connectable="0" parent="1">
          <mxGeometry x="270" y="365" width="30" height="170" as="geometry" />
        </mxCell>
        <mxCell id="JVLtuT8sySUBbFbLTn6r-31" value="" style="rounded=1;whiteSpace=wrap;html=1;" parent="0aRQkGjj-KWWZOeJOGup-2" vertex="1">
          <mxGeometry x="5" width="20" height="170" as="geometry" />
        </mxCell>
        <mxCell id="JVLtuT8sySUBbFbLTn6r-32" value="&lt;b&gt;&lt;font style=&quot;font-size: 14px;&quot;&gt;E&lt;/font&gt;&lt;/b&gt;&lt;div&gt;&lt;b&gt;&lt;font style=&quot;font-size: 14px;&quot;&gt;T&lt;/font&gt;&lt;/b&gt;&lt;/div&gt;&lt;div&gt;&lt;b&gt;&lt;font style=&quot;font-size: 14px;&quot;&gt;H&lt;/font&gt;&lt;/b&gt;&lt;/div&gt;&lt;div&gt;&lt;b&gt;&lt;font style=&quot;font-size: 14px;&quot;&gt;E&lt;/font&gt;&lt;/b&gt;&lt;/div&gt;&lt;div&gt;&lt;b&gt;&lt;font style=&quot;font-size: 14px;&quot;&gt;R&lt;/font&gt;&lt;/b&gt;&lt;/div&gt;&lt;div&gt;&lt;b&gt;&lt;font style=&quot;font-size: 14px;&quot;&gt;N&lt;/font&gt;&lt;/b&gt;&lt;/div&gt;&lt;div&gt;&lt;b&gt;&lt;font style=&quot;font-size: 14px;&quot;&gt;E&lt;/font&gt;&lt;/b&gt;&lt;/div&gt;&lt;div&gt;&lt;b&gt;&lt;font style=&quot;font-size: 14px;&quot;&gt;T&lt;/font&gt;&lt;/b&gt;&lt;/div&gt;" style="text;html=1;align=center;verticalAlign=middle;whiteSpace=wrap;rounded=0;" parent="0aRQkGjj-KWWZOeJOGup-2" vertex="1">
          <mxGeometry y="10" width="30" height="150" as="geometry" />
        </mxCell>
        <mxCell id="0aRQkGjj-KWWZOeJOGup-3" value="" style="sketch=0;pointerEvents=1;shadow=0;dashed=0;html=1;strokeColor=none;fillColor=#434445;aspect=fixed;labelPosition=center;verticalLabelPosition=bottom;verticalAlign=top;align=center;outlineConnect=0;shape=mxgraph.vvd.ethernet_port;" vertex="1" parent="1">
          <mxGeometry x="10" y="530" width="50" height="50" as="geometry" />
        </mxCell>
        <mxCell id="0aRQkGjj-KWWZOeJOGup-6" value="" style="group" vertex="1" connectable="0" parent="1">
          <mxGeometry x="890" width="60" height="70" as="geometry" />
        </mxCell>
        <mxCell id="0aRQkGjj-KWWZOeJOGup-4" value="" style="rounded=1;whiteSpace=wrap;html=1;" vertex="1" parent="0aRQkGjj-KWWZOeJOGup-6">
          <mxGeometry x="10" y="11.666666666666668" width="40" height="46.66666666666667" as="geometry" />
        </mxCell>
        <mxCell id="0aRQkGjj-KWWZOeJOGup-5" value="&lt;b&gt;&lt;font style=&quot;font-size: 16px;&quot;&gt;N2+&lt;/font&gt;&lt;/b&gt;" style="text;html=1;align=center;verticalAlign=middle;whiteSpace=wrap;rounded=0;" vertex="1" parent="0aRQkGjj-KWWZOeJOGup-6">
          <mxGeometry x="10" y="11.666666666666668" width="40" height="46.66666666666667" as="geometry" />
        </mxCell>
        <mxCell id="0aRQkGjj-KWWZOeJOGup-7" style="edgeStyle=orthogonalEdgeStyle;rounded=0;orthogonalLoop=1;jettySize=auto;html=1;exitX=1;exitY=0.25;exitDx=0;exitDy=0;entryX=0;entryY=0.25;entryDx=0;entryDy=0;strokeWidth=2;jumpStyle=arc;flowAnimation=1;strokeColor=#FF3333;" edge="1" parent="1" source="JVLtuT8sySUBbFbLTn6r-74" target="0aRQkGjj-KWWZOeJOGup-5">
          <mxGeometry relative="1" as="geometry" />
        </mxCell>
        <mxCell id="0aRQkGjj-KWWZOeJOGup-8" style="edgeStyle=orthogonalEdgeStyle;rounded=0;orthogonalLoop=1;jettySize=auto;html=1;exitX=1;exitY=0.75;exitDx=0;exitDy=0;entryX=0;entryY=0.75;entryDx=0;entryDy=0;" edge="1" parent="1" source="JVLtuT8sySUBbFbLTn6r-74" target="0aRQkGjj-KWWZOeJOGup-5">
          <mxGeometry relative="1" as="geometry" />
        </mxCell>
        <mxCell id="0aRQkGjj-KWWZOeJOGup-11" value="" style="group" vertex="1" connectable="0" parent="1">
          <mxGeometry x="830" y="270" width="120" height="60" as="geometry" />
        </mxCell>
        <mxCell id="0aRQkGjj-KWWZOeJOGup-9" value="" style="shape=process;whiteSpace=wrap;html=1;backgroundOutline=1;" vertex="1" parent="0aRQkGjj-KWWZOeJOGup-11">
          <mxGeometry width="120" height="60" as="geometry" />
        </mxCell>
        <mxCell id="0aRQkGjj-KWWZOeJOGup-10" value="&lt;b&gt;COMMON&lt;/b&gt;&lt;div&gt;&lt;b&gt;GROUND&lt;/b&gt;&lt;/div&gt;" style="text;html=1;align=center;verticalAlign=middle;whiteSpace=wrap;rounded=0;" vertex="1" parent="0aRQkGjj-KWWZOeJOGup-11">
          <mxGeometry x="30" y="15" width="60" height="30" as="geometry" />
        </mxCell>
      </root>
    </mxGraphModel>
  </diagram>
</mxfile>
